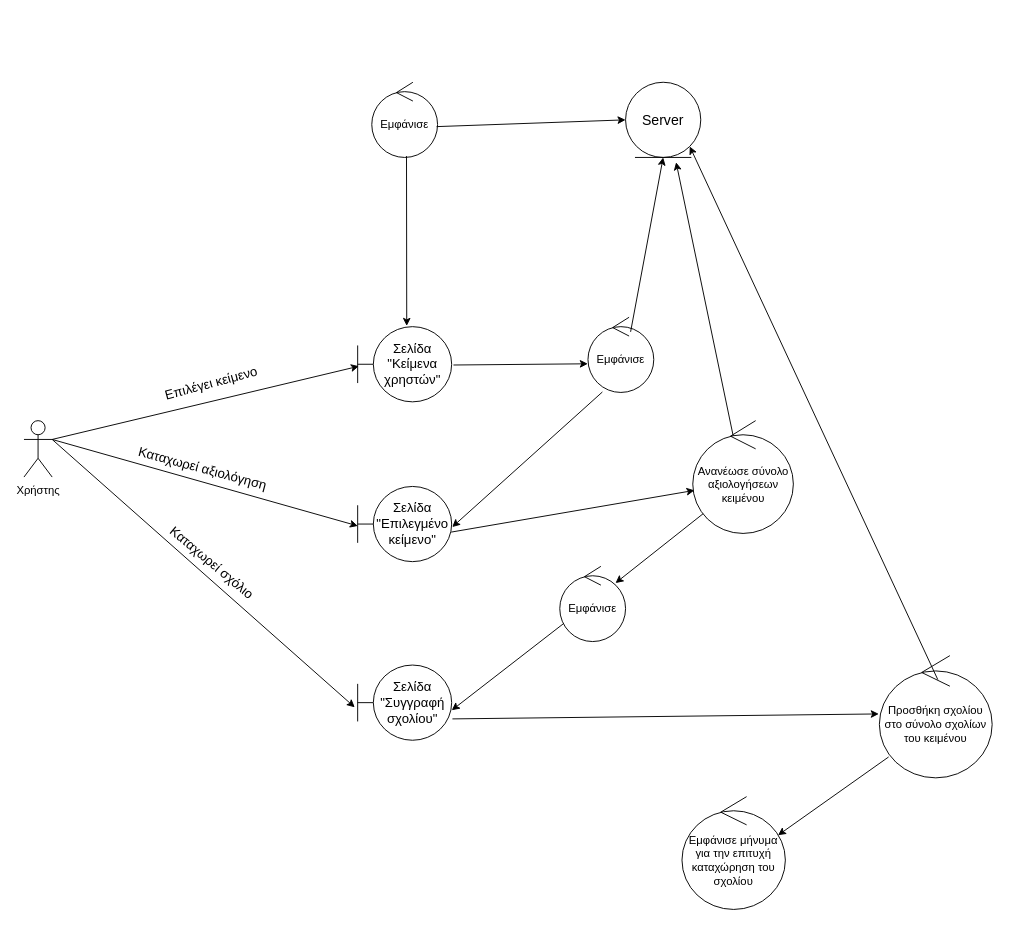
Before: ΠΕΜΠΤΟ ΠΑΡΑΔΟΤΕΟ/ΔΙΟΡΘΩΣΕΙΣ ΠΡΟΗΓΟΥΜΕΝΩΝ ΠΑΡΑΔΟΤΕΩΝ/Robustness-diagrams-v0.3/rd_ανάγνωση_και_αξιολόγηση_αναρτ_χρηστών-v0.3.drawio in Dionkaps/Eu-Zin, a draw.io diagram. Source tidied: cells renumbered, new cells numbered last; positions are measured from the earlier drawing's top-left corner, leaving out a move shared by most shapes. Both pictures are drawn from the tidied source at 94%, with x=0, y=0 at pixel (24, 82).
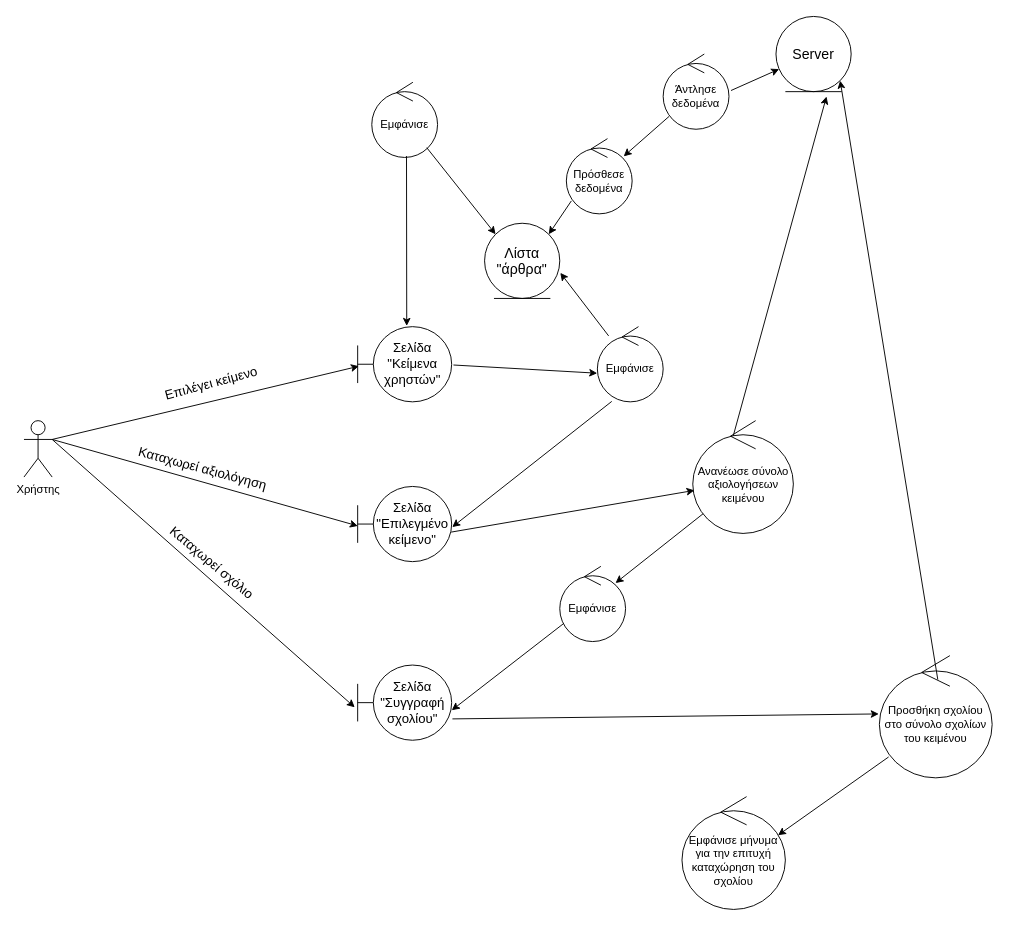
The same diagram, later.

Unchanged cells that the change refers to:
```xml
<mxCell id="4" value="&lt;font&gt;Εμφάνισε&lt;/font&gt;" style="ellipse;shape=umlControl;whiteSpace=wrap;html=1;strokeColor=#000000;fontColor=#000000;" parent="1" vertex="1">
  <mxGeometry x="370" width="70" height="80" as="geometry" />
</mxCell>
```

Change to the diagram source:
```diff
@@
-    <mxCell id="7" style="rounded=0;jettySize=auto;html=1;strokeColor=#000000;fontColor=#000000;exitX=0.986;exitY=0.59;exitDx=0;exitDy=0;exitPerimeter=0;entryX=0;entryY=0.5;entryDx=0;entryDy=0;" parent="1" edge="1" source="4" target="8">
+    <mxCell id="7" style="rounded=0;jettySize=auto;html=1;strokeColor=#000000;fontColor=#000000;exitX=0.09;exitY=0.829;exitDx=0;exitDy=0;exitPerimeter=0;entryX=0.871;entryY=0.235;entryDx=0;entryDy=0;entryPerimeter=0;" parent="1" edge="1" source="31" target="33">
       <mxGeometry relative="1" as="geometry" />
     </mxCell>
     <mxCell id="8" value="&lt;font style=&quot;font-size: 15px;&quot;&gt;Server&lt;/font&gt;" style="ellipse;shape=umlEntity;whiteSpace=wrap;html=1;strokeColor=#000000;fontColor=#000000;fontSize=15;" parent="1" vertex="1">
-      <mxGeometry x="640" width="80" height="80" as="geometry" />
+      <mxGeometry x="800" y="-70" width="80" height="80" as="geometry" />
     </mxCell>
@@
     <mxCell id="11" value="&lt;font&gt;Εμφάνισε&lt;/font&gt;" style="ellipse;shape=umlControl;whiteSpace=wrap;html=1;strokeColor=#000000;fontColor=#000000;" parent="1" vertex="1">
-      <mxGeometry x="600" y="250" width="70" height="80" as="geometry" />
+      <mxGeometry x="610" y="260" width="70" height="80" as="geometry" />
     </mxCell>
@@
-    <mxCell id="13" style="rounded=0;jettySize=auto;html=1;strokeColor=#000000;fontColor=#000000;exitX=0.648;exitY=0.194;exitDx=0;exitDy=0;exitPerimeter=0;entryX=0.5;entryY=1;entryDx=0;entryDy=0;" parent="1" edge="1" source="11" target="8">
-      <mxGeometry relative="1" as="geometry" />
-    </mxCell>
@@
+    <mxCell id="31" value="&lt;font&gt;Άντλησε δεδομένα&lt;/font&gt;" style="ellipse;shape=umlControl;whiteSpace=wrap;html=1;strokeColor=#000000;fontColor=#000000;" parent="1" vertex="1">
+      <mxGeometry x="680" y="-30" width="70" height="80" as="geometry" />
+    </mxCell>
+    <mxCell id="32" style="rounded=0;jettySize=auto;html=1;strokeColor=#000000;fontColor=#000000;exitX=1.031;exitY=0.485;exitDx=0;exitDy=0;exitPerimeter=0;" parent="1" edge="1" source="31" target="8">
+      <mxGeometry relative="1" as="geometry" />
+    </mxCell>
+    <mxCell id="33" value="&lt;font&gt;Πρόσθεσε δεδομένα&lt;/font&gt;" style="ellipse;shape=umlControl;whiteSpace=wrap;html=1;strokeColor=#000000;fontColor=#000000;" parent="1" vertex="1">
+      <mxGeometry x="577" y="60" width="70" height="80" as="geometry" />
+    </mxCell>
+    <mxCell id="34" style="rounded=0;jettySize=auto;html=1;strokeColor=#000000;fontColor=#000000;exitX=0.076;exitY=0.828;exitDx=0;exitDy=0;exitPerimeter=0;entryX=1;entryY=0;entryDx=0;entryDy=0;" parent="1" edge="1" source="33" target="35">
+      <mxGeometry relative="1" as="geometry" />
+    </mxCell>
+    <mxCell id="35" value="Λίστα &quot;άρθρα&quot;" style="ellipse;shape=umlEntity;whiteSpace=wrap;html=1;strokeColor=#000000;fontColor=#000000;fontSize=15;" parent="1" vertex="1">
+      <mxGeometry x="490" y="150" width="80" height="80" as="geometry" />
+    </mxCell>
+    <mxCell id="36" style="rounded=0;jettySize=auto;html=1;strokeColor=#000000;fontColor=#000000;entryX=0;entryY=0;entryDx=0;entryDy=0;" parent="1" edge="1" source="4" target="35">
+      <mxGeometry relative="1" as="geometry" />
+    </mxCell>
+    <mxCell id="37" style="rounded=0;jettySize=auto;html=1;strokeColor=#000000;fontColor=#000000;entryX=1.007;entryY=0.659;entryDx=0;entryDy=0;entryPerimeter=0;" parent="1" edge="1" source="11" target="35">
+      <mxGeometry relative="1" as="geometry" />
+    </mxCell>
```
